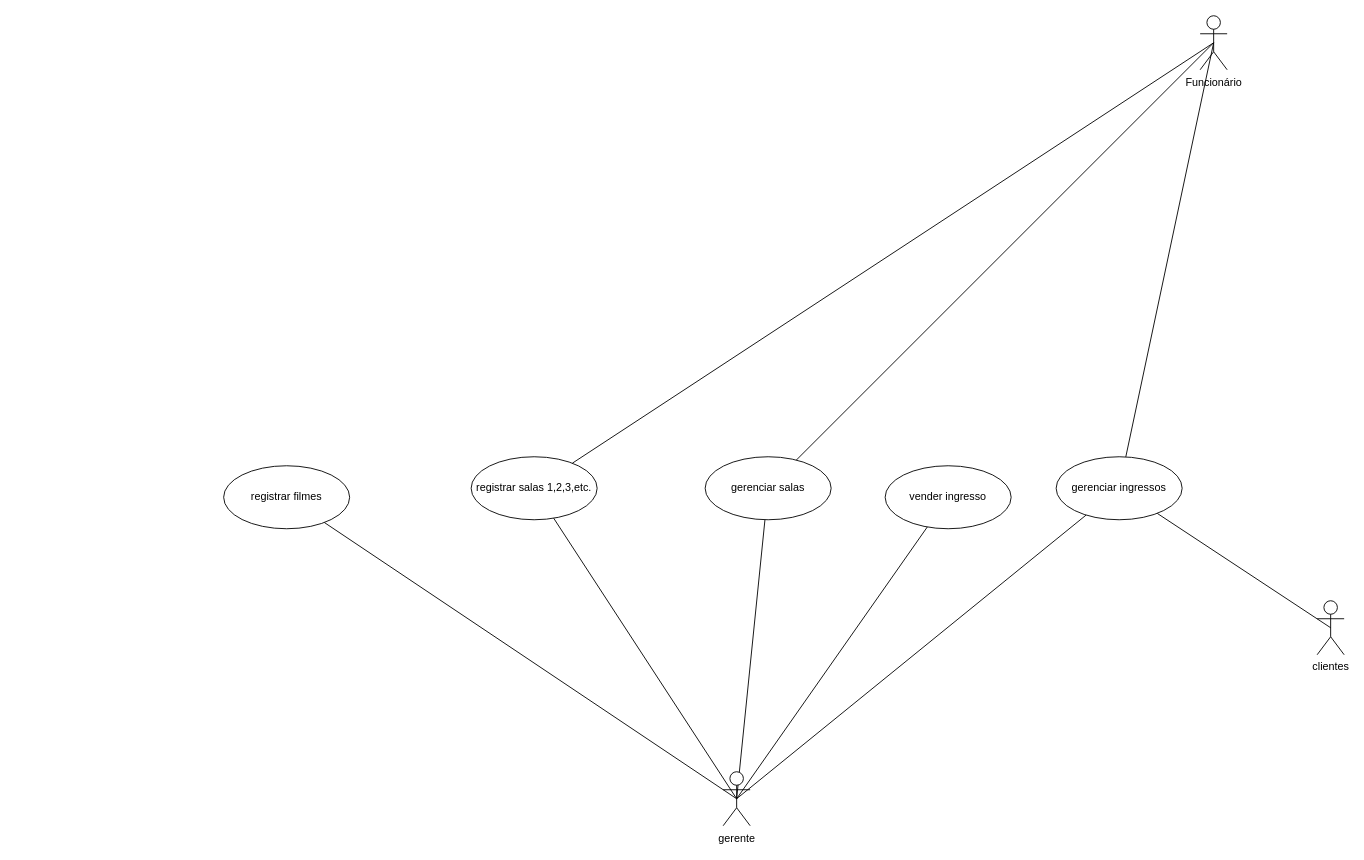
BrunoHorst01/exercicioscasosdeuso keeps this draw.io diagram as Diagrama sem nome.drawio. Above is the earlier version. Source tidied: cells renumbered, new cells numbered last; positions are measured from the earlier drawing's top-left corner, leaving out a move shared by most shapes. Both pictures are drawn from the tidied source at 90%, with x=0, y=0 at pixel (223, 15).
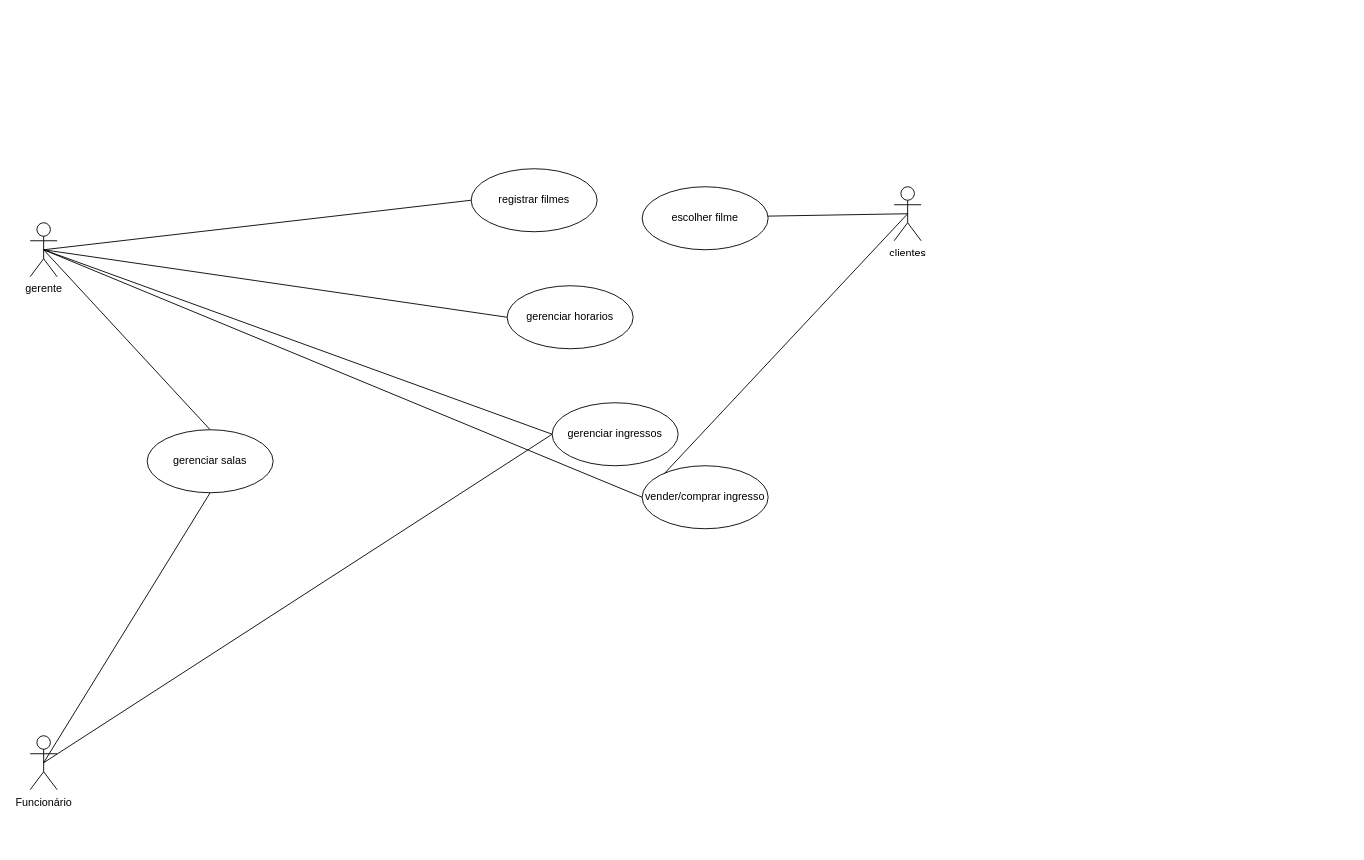
The same diagram, later.

Diff of the diagram source:
```diff
@@
 <mxGraphModel>
   <root>
     <mxCell id="0" />
     <mxCell id="1" parent="0" />
-    <mxCell id="2" style="rounded=0;jettySize=auto;html=1;endArrow=none;endFill=0;exitX=0.5;exitY=0.5;exitDx=0;exitDy=0;exitPerimeter=0;" parent="1" edge="1" source="3" target="15">
-      <mxGeometry relative="1" as="geometry" />
-    </mxCell>
     <mxCell id="3" value="clientes" style="shape=umlActor;html=1;verticalLabelPosition=bottom;verticalAlign=top;align=center;" parent="1" vertex="1">
-      <mxGeometry x="1215" y="650" width="30" height="60" as="geometry" />
+      <mxGeometry x="745" y="190" width="30" height="60" as="geometry" />
     </mxCell>
     <mxCell id="4" value="registrar filmes" style="ellipse;whiteSpace=wrap;html=1;" parent="1" vertex="1">
-      <mxGeometry y="500" width="140" height="70" as="geometry" />
+      <mxGeometry x="275" y="170" width="140" height="70" as="geometry" />
     </mxCell>
-    <mxCell id="5" value="registrar salas 1,2,3,etc." style="ellipse;whiteSpace=wrap;html=1;" parent="1" vertex="1">
-      <mxGeometry x="275" y="490" width="140" height="70" as="geometry" />
-    </mxCell>
-    <mxCell id="6" style="rounded=0;jettySize=auto;html=1;endArrow=none;endFill=0;exitX=0.5;exitY=0.5;exitDx=0;exitDy=0;exitPerimeter=0;" parent="1" edge="1" source="8" target="15">
+    <mxCell id="6" style="rounded=0;jettySize=auto;html=1;endArrow=none;endFill=0;exitX=0.5;exitY=0.5;exitDx=0;exitDy=0;exitPerimeter=0;entryX=0;entryY=0.5;entryDx=0;entryDy=0;" parent="1" edge="1" source="8" target="15">
       <mxGeometry relative="1" as="geometry" />
     </mxCell>
-    <mxCell id="7" style="rounded=0;jettySize=auto;html=1;endArrow=none;endFill=0;exitX=0.5;exitY=0.5;exitDx=0;exitDy=0;exitPerimeter=0;" parent="1" edge="1" source="8" target="5">
-      <mxGeometry relative="1" as="geometry" />
-    </mxCell>
     <mxCell id="8" value="Funcionário" style="shape=umlActor;html=1;verticalLabelPosition=bottom;verticalAlign=top;align=center;" parent="1" vertex="1">
-      <mxGeometry x="1085" width="30" height="60" as="geometry" />
+      <mxGeometry x="-215" y="800" width="30" height="60" as="geometry" />
     </mxCell>
-    <mxCell id="9" style="rounded=0;jettySize=auto;html=1;endArrow=none;endFill=0;exitX=0.5;exitY=0.5;exitDx=0;exitDy=0;exitPerimeter=0;" parent="1" edge="1" source="13" target="4">
+    <mxCell id="9" style="rounded=0;jettySize=auto;html=1;endArrow=none;endFill=0;exitX=0.5;exitY=0.5;exitDx=0;exitDy=0;exitPerimeter=0;entryX=0;entryY=0.5;entryDx=0;entryDy=0;" parent="1" edge="1" source="13" target="4">
       <mxGeometry relative="1" as="geometry" />
     </mxCell>
-    <mxCell id="10" style="rounded=0;jettySize=auto;html=1;endArrow=none;endFill=0;exitX=0.5;exitY=0.5;exitDx=0;exitDy=0;exitPerimeter=0;" parent="1" edge="1" source="13" target="5">
-      <mxGeometry relative="1" as="geometry" />
-    </mxCell>
-    <mxCell id="11" style="rounded=0;jettySize=auto;html=1;endArrow=none;endFill=0;exitX=0.5;exitY=0.5;exitDx=0;exitDy=0;exitPerimeter=0;" parent="1" edge="1" source="13" target="18">
+    <mxCell id="11" style="rounded=0;jettySize=auto;html=1;endArrow=none;endFill=0;exitX=0.5;exitY=0.5;exitDx=0;exitDy=0;exitPerimeter=0;entryX=0.5;entryY=0;entryDx=0;entryDy=0;" parent="1" edge="1" source="13" target="18">
       <mxGeometry relative="1" as="geometry" />
     </mxCell>
-    <mxCell id="12" style="rounded=0;jettySize=auto;html=1;endArrow=none;endFill=0;exitX=0.5;exitY=0.5;exitDx=0;exitDy=0;exitPerimeter=0;" parent="1" edge="1" source="13" target="16">
+    <mxCell id="12" style="rounded=0;jettySize=auto;html=1;endArrow=none;endFill=0;exitX=0.5;exitY=0.5;exitDx=0;exitDy=0;exitPerimeter=0;entryX=0;entryY=0.5;entryDx=0;entryDy=0;" parent="1" edge="1" source="13" target="16">
       <mxGeometry relative="1" as="geometry" />
     </mxCell>
     <mxCell id="13" value="gerente" style="shape=umlActor;html=1;verticalLabelPosition=bottom;verticalAlign=top;align=center;" parent="1" vertex="1">
-      <mxGeometry x="555" y="840" width="30" height="60" as="geometry" />
+      <mxGeometry x="-215" y="230" width="30" height="60" as="geometry" />
     </mxCell>
-    <mxCell id="14" style="rounded=0;jettySize=auto;html=1;endArrow=none;endFill=0;entryX=0.5;entryY=0.5;entryDx=0;entryDy=0;entryPerimeter=0;" parent="1" edge="1" source="15" target="13">
+    <mxCell id="14" style="rounded=0;jettySize=auto;html=1;endArrow=none;endFill=0;entryX=0.5;entryY=0.5;entryDx=0;entryDy=0;entryPerimeter=0;exitX=0;exitY=0.5;exitDx=0;exitDy=0;" parent="1" edge="1" source="15" target="13">
       <mxGeometry relative="1" as="geometry" />
     </mxCell>
     <mxCell id="15" value="gerenciar ingressos" style="ellipse;whiteSpace=wrap;html=1;" parent="1" vertex="1">
-      <mxGeometry x="925" y="490" width="140" height="70" as="geometry" />
+      <mxGeometry x="365" y="430" width="140" height="70" as="geometry" />
     </mxCell>
+    <mxCell id="19" style="rounded=0;jettySize=auto;html=1;entryX=0.5;entryY=0.5;entryDx=0;entryDy=0;entryPerimeter=0;endArrow=none;endFill=0;exitX=0;exitY=0.5;exitDx=0;exitDy=0;" parent="1" edge="1" source="16" target="3">
+      <mxGeometry relative="1" as="geometry" />
+    </mxCell>
-    <mxCell id="16" value="vender ingresso" style="ellipse;whiteSpace=wrap;html=1;" parent="1" vertex="1">
-      <mxGeometry x="735" y="500" width="140" height="70" as="geometry" />
+    <mxCell id="16" value="vender/comprar ingresso" style="ellipse;whiteSpace=wrap;html=1;" parent="1" vertex="1">
+      <mxGeometry x="465" y="500" width="140" height="70" as="geometry" />
     </mxCell>
-    <mxCell id="17" style="rounded=0;jettySize=auto;html=1;entryX=0.5;entryY=0.5;entryDx=0;entryDy=0;entryPerimeter=0;endArrow=none;endFill=0;" parent="1" edge="1" source="18" target="8">
+    <mxCell id="17" style="rounded=0;jettySize=auto;html=1;endArrow=none;endFill=0;entryX=0.5;entryY=0.5;entryDx=0;entryDy=0;entryPerimeter=0;exitX=0.5;exitY=1;exitDx=0;exitDy=0;" parent="1" edge="1" source="18" target="8">
       <mxGeometry relative="1" as="geometry" />
     </mxCell>
     <mxCell id="18" value="gerenciar salas" style="ellipse;whiteSpace=wrap;html=1;" parent="1" vertex="1">
-      <mxGeometry x="535" y="490" width="140" height="70" as="geometry" />
+      <mxGeometry x="-85" y="460" width="140" height="70" as="geometry" />
     </mxCell>
+    <mxCell id="20" style="rounded=0;jettySize=auto;html=1;entryX=0.5;entryY=0.5;entryDx=0;entryDy=0;entryPerimeter=0;endArrow=none;endFill=0;exitX=0;exitY=0.5;exitDx=0;exitDy=0;" parent="1" edge="1" source="21" target="13">
+      <mxGeometry relative="1" as="geometry" />
+    </mxCell>
+    <mxCell id="21" value="gerenciar horarios" style="ellipse;whiteSpace=wrap;html=1;" parent="1" vertex="1">
+      <mxGeometry x="315" y="300" width="140" height="70" as="geometry" />
+    </mxCell>
+    <mxCell id="22" style="rounded=0;jettySize=auto;html=1;entryX=0.5;entryY=0.5;entryDx=0;entryDy=0;entryPerimeter=0;endArrow=none;endFill=0;exitX=0;exitY=0.5;exitDx=0;exitDy=0;" parent="1" edge="1" source="23" target="3">
+      <mxGeometry relative="1" as="geometry" />
+    </mxCell>
+    <mxCell id="23" value="escolher filme" style="ellipse;whiteSpace=wrap;html=1;" parent="1" vertex="1">
+      <mxGeometry x="465" y="190" width="140" height="70" as="geometry" />
+    </mxCell>
   </root>
 </mxGraphModel>
```
